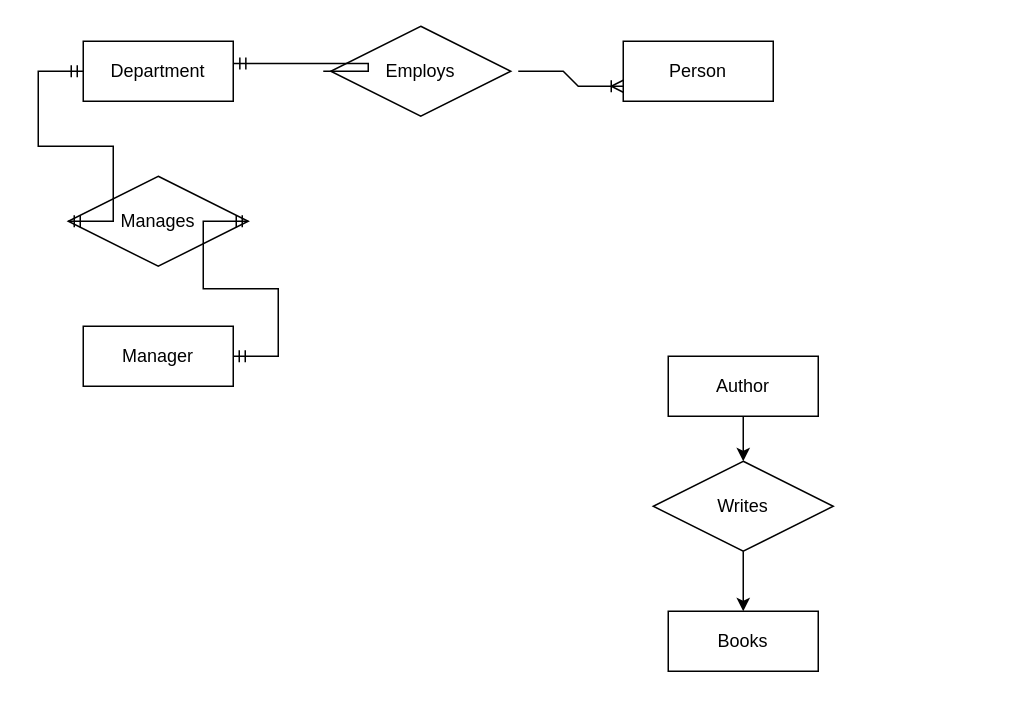
The draw.io diagram folder/Untitled Diagram.drawio in Elshan777/draw.io-diagrams, before the edit. Source tidied: cells renumbered, new cells numbered last; positions are measured from the earlier drawing's top-left corner, leaving out a move shared by most shapes. Both pictures are drawn from the tidied source at 150%, with x=0, y=0 at pixel (68, 26).
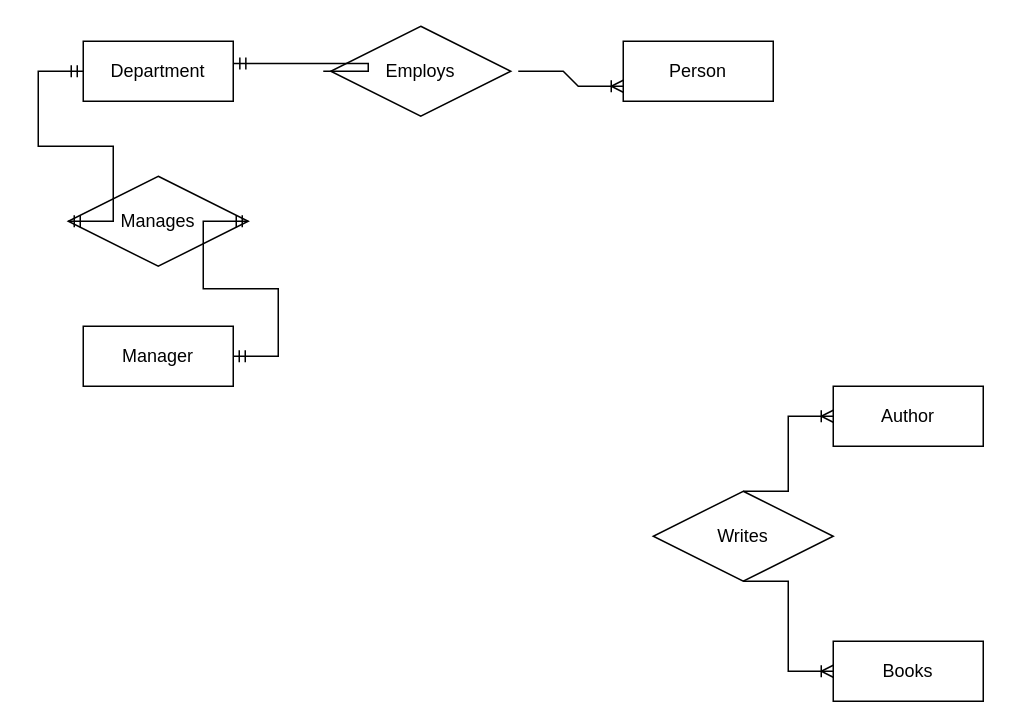
After the change.

The edit, as a diff of the source:
```diff
@@
 <mxGraphModel>
   <root>
     <mxCell id="0" />
     <mxCell id="1" parent="0" />
     <mxCell id="2" value="Department" style="whiteSpace=wrap;html=1;align=center;" parent="1" vertex="1">
       <mxGeometry x="10" y="10" width="100" height="40" as="geometry" />
     </mxCell>
     <mxCell id="3" value="Person" style="whiteSpace=wrap;html=1;align=center;" parent="1" vertex="1">
       <mxGeometry x="370" y="10" width="100" height="40" as="geometry" />
     </mxCell>
     <mxCell id="4" value="Manager" style="whiteSpace=wrap;html=1;align=center;" parent="1" vertex="1">
       <mxGeometry x="10" y="200" width="100" height="40" as="geometry" />
     </mxCell>
     <mxCell id="5" value="Manages" style="shape=rhombus;perimeter=rhombusPerimeter;whiteSpace=wrap;html=1;align=center;" parent="1" vertex="1">
       <mxGeometry y="100" width="120" height="60" as="geometry" />
     </mxCell>
-    <mxCell id="6" style="edgeStyle=orthogonalEdgeStyle;rounded=0;jettySize=auto;html=1;exitX=0.5;exitY=1;exitDx=0;exitDy=0;entryX=0.5;entryY=0;entryDx=0;entryDy=0;" parent="1" edge="1" source="7" target="10">
-      <mxGeometry relative="1" as="geometry" />
-    </mxCell>
     <mxCell id="7" value="Author" style="whiteSpace=wrap;html=1;align=center;" parent="1" vertex="1">
-      <mxGeometry x="400" y="220" width="100" height="40" as="geometry" />
+      <mxGeometry x="510" y="240" width="100" height="40" as="geometry" />
     </mxCell>
     <mxCell id="8" value="Books" style="whiteSpace=wrap;html=1;align=center;" parent="1" vertex="1">
-      <mxGeometry x="400" y="390" width="100" height="40" as="geometry" />
+      <mxGeometry x="510" y="410" width="100" height="40" as="geometry" />
     </mxCell>
-    <mxCell id="9" style="edgeStyle=orthogonalEdgeStyle;rounded=0;jettySize=auto;html=1;entryX=0.5;entryY=0;entryDx=0;entryDy=0;" parent="1" edge="1" source="10" target="8">
-      <mxGeometry relative="1" as="geometry" />
-    </mxCell>
     <mxCell id="10" value="Writes" style="shape=rhombus;perimeter=rhombusPerimeter;whiteSpace=wrap;html=1;align=center;" parent="1" vertex="1">
-      <mxGeometry x="390" y="290" width="120" height="60" as="geometry" />
+      <mxGeometry x="390" y="310" width="120" height="60" as="geometry" />
     </mxCell>
     <mxCell id="11" value="Employs" style="shape=rhombus;perimeter=rhombusPerimeter;whiteSpace=wrap;html=1;align=center;" parent="1" vertex="1">
       <mxGeometry x="175" width="120" height="60" as="geometry" />
     </mxCell>
     <mxCell id="12" style="edgeStyle=entityRelationEdgeStyle;fontSize=12;html=1;endArrow=ERoneToMany;rounded=0;entryX=0;entryY=0.75;entryDx=0;entryDy=0;" parent="1" edge="1" target="3">
       <mxGeometry relative="1" as="geometry">
         <mxPoint x="300" y="30" as="sourcePoint" />
       </mxGeometry>
     </mxCell>
     <mxCell id="13" style="edgeStyle=entityRelationEdgeStyle;fontSize=12;html=1;endArrow=ERmandOne;rounded=0;entryX=1.004;entryY=0.369;entryDx=0;entryDy=0;entryPerimeter=0;" parent="1" edge="1" target="2">
       <mxGeometry relative="1" as="geometry">
         <mxPoint x="170" y="30" as="sourcePoint" />
       </mxGeometry>
     </mxCell>
     <mxCell id="14" style="edgeStyle=entityRelationEdgeStyle;fontSize=12;html=1;endArrow=ERmandOne;startArrow=ERmandOne;rounded=0;exitX=1;exitY=0.5;exitDx=0;exitDy=0;entryX=1;entryY=0.5;entryDx=0;entryDy=0;" parent="1" edge="1" source="4" target="5">
       <mxGeometry relative="1" as="geometry" />
     </mxCell>
     <mxCell id="15" style="edgeStyle=entityRelationEdgeStyle;fontSize=12;html=1;endArrow=ERmandOne;startArrow=ERmandOne;rounded=0;exitX=0;exitY=0.5;exitDx=0;exitDy=0;" parent="1" edge="1" source="5">
       <mxGeometry relative="1" as="geometry">
         <mxPoint x="10" y="30" as="targetPoint" />
       </mxGeometry>
     </mxCell>
+    <mxCell id="9" style="edgeStyle=entityRelationEdgeStyle;fontSize=12;html=1;endArrow=ERoneToMany;rounded=0;exitX=0.5;exitY=1;exitDx=0;exitDy=0;entryX=0;entryY=0.5;entryDx=0;entryDy=0;" parent="1" edge="1" source="10" target="8">
+      <mxGeometry relative="1" as="geometry" />
+    </mxCell>
+    <mxCell id="16" style="edgeStyle=entityRelationEdgeStyle;fontSize=12;html=1;endArrow=ERoneToMany;rounded=0;entryX=0;entryY=0.5;entryDx=0;entryDy=0;" parent="1" edge="1" target="7">
+      <mxGeometry relative="1" as="geometry">
+        <mxPoint x="450" y="310" as="sourcePoint" />
+      </mxGeometry>
+    </mxCell>
   </root>
 </mxGraphModel>
```
